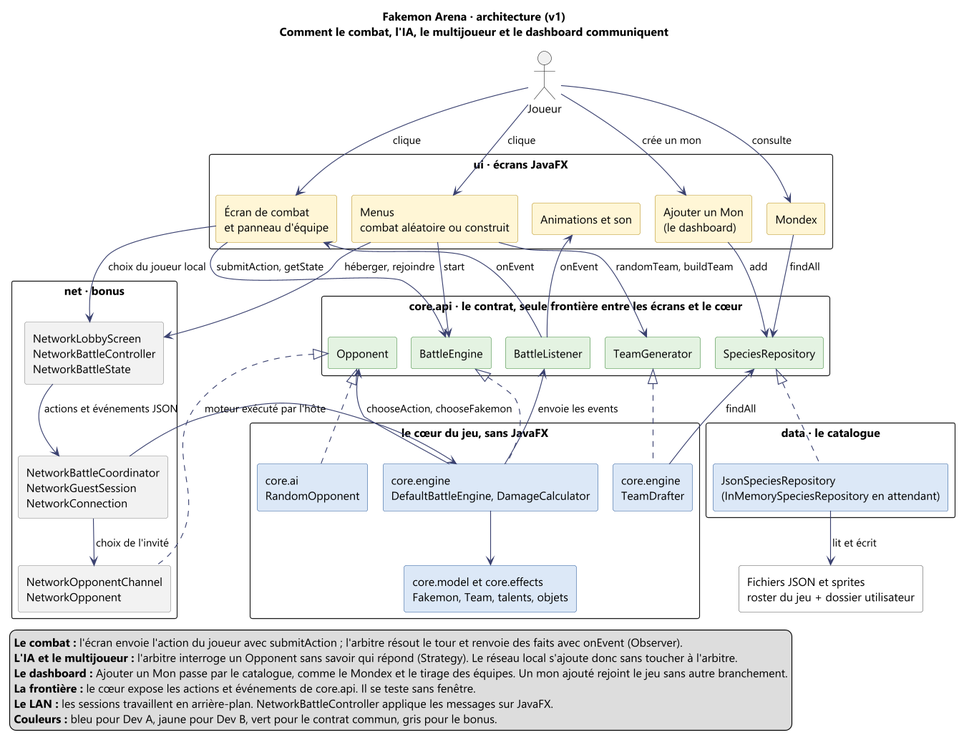
This is docs/uml/architecture.png from OnerAliCan/fakemon-arena, a PlantUML export, as it was before one commit.
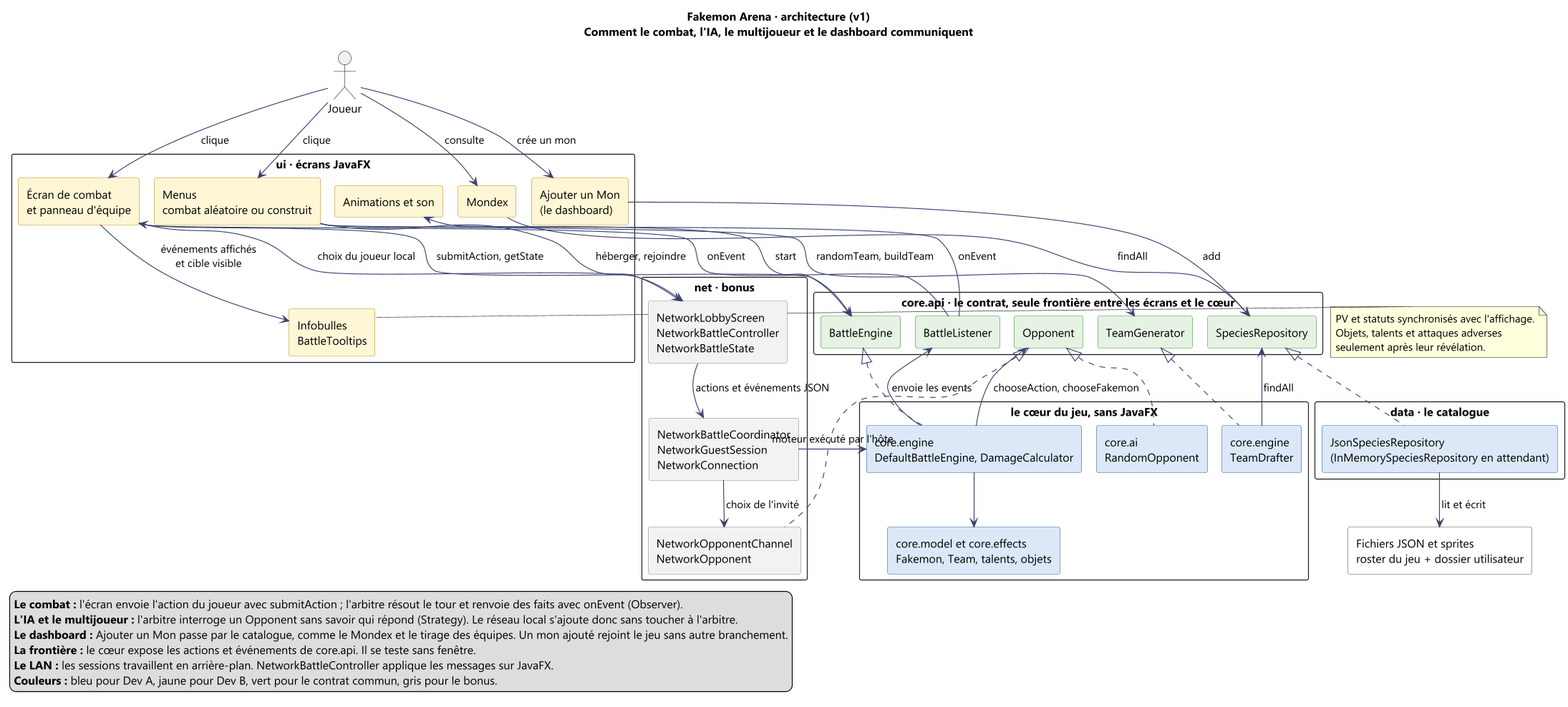
Later version of the same file.

Commit message:
feat: ajoute les infobulles de combat (#66) (#79)

What changed in the source:
```diff
@@ -26,6 +26,7 @@
 package "ui · écrans JavaFX" {
   rectangle "Menus\ncombat aléatoire ou construit" as Menus <<devB>>
   rectangle "Écran de combat\net panneau d'équipe" as Combat <<devB>>
+  rectangle "Infobulles\nBattleTooltips" as Details <<devB>>
   rectangle "Animations et son" as Son <<devB>>
   rectangle "Mondex" as Mondex <<devB>>
   rectangle "Ajouter un Mon\n(le dashboard)" as Dashboard <<devB>>
@@ -67,6 +68,12 @@
 Menus --> IEngine : start
 Combat --> IEngine : submitAction, getState
 IListener --> Combat : onEvent
+Combat --> Details : événements affichés\net cible visible
+note right of Details
+  PV et statuts synchronisés avec l'affichage.
+  Objets, talents et attaques adverses
+  seulement après leur révélation.
+end note
 IListener --> Son : onEvent
 Mondex --> IRepo : findAll
 Dashboard --> IRepo : add
```
